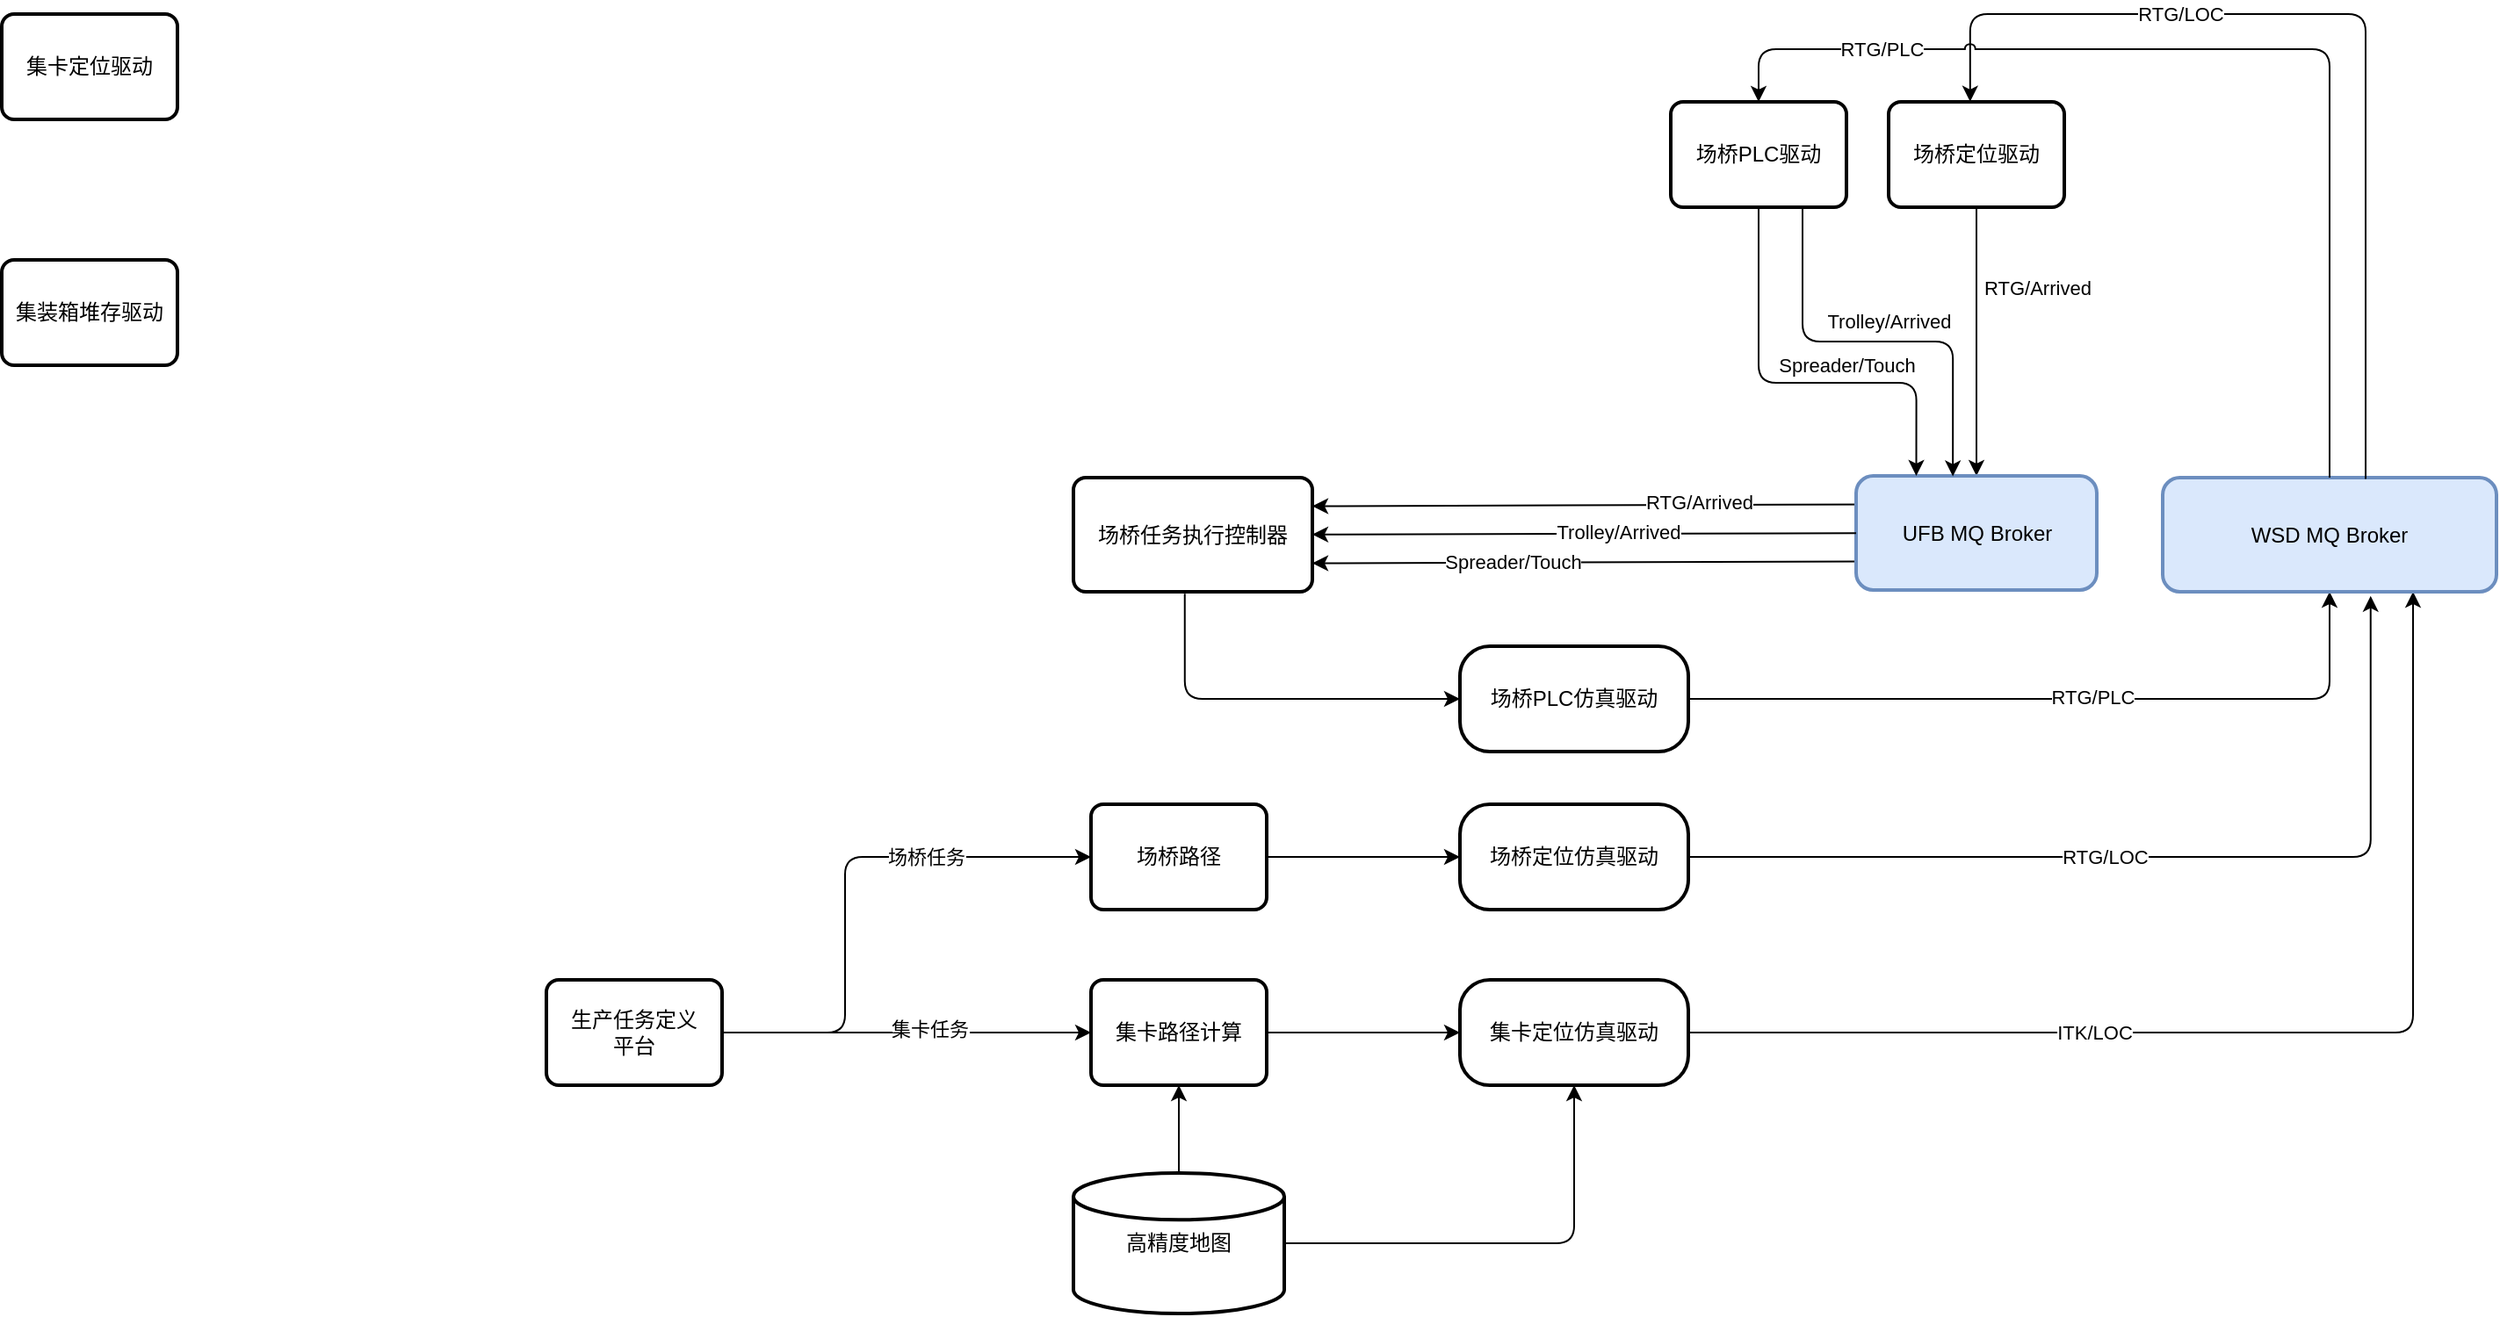
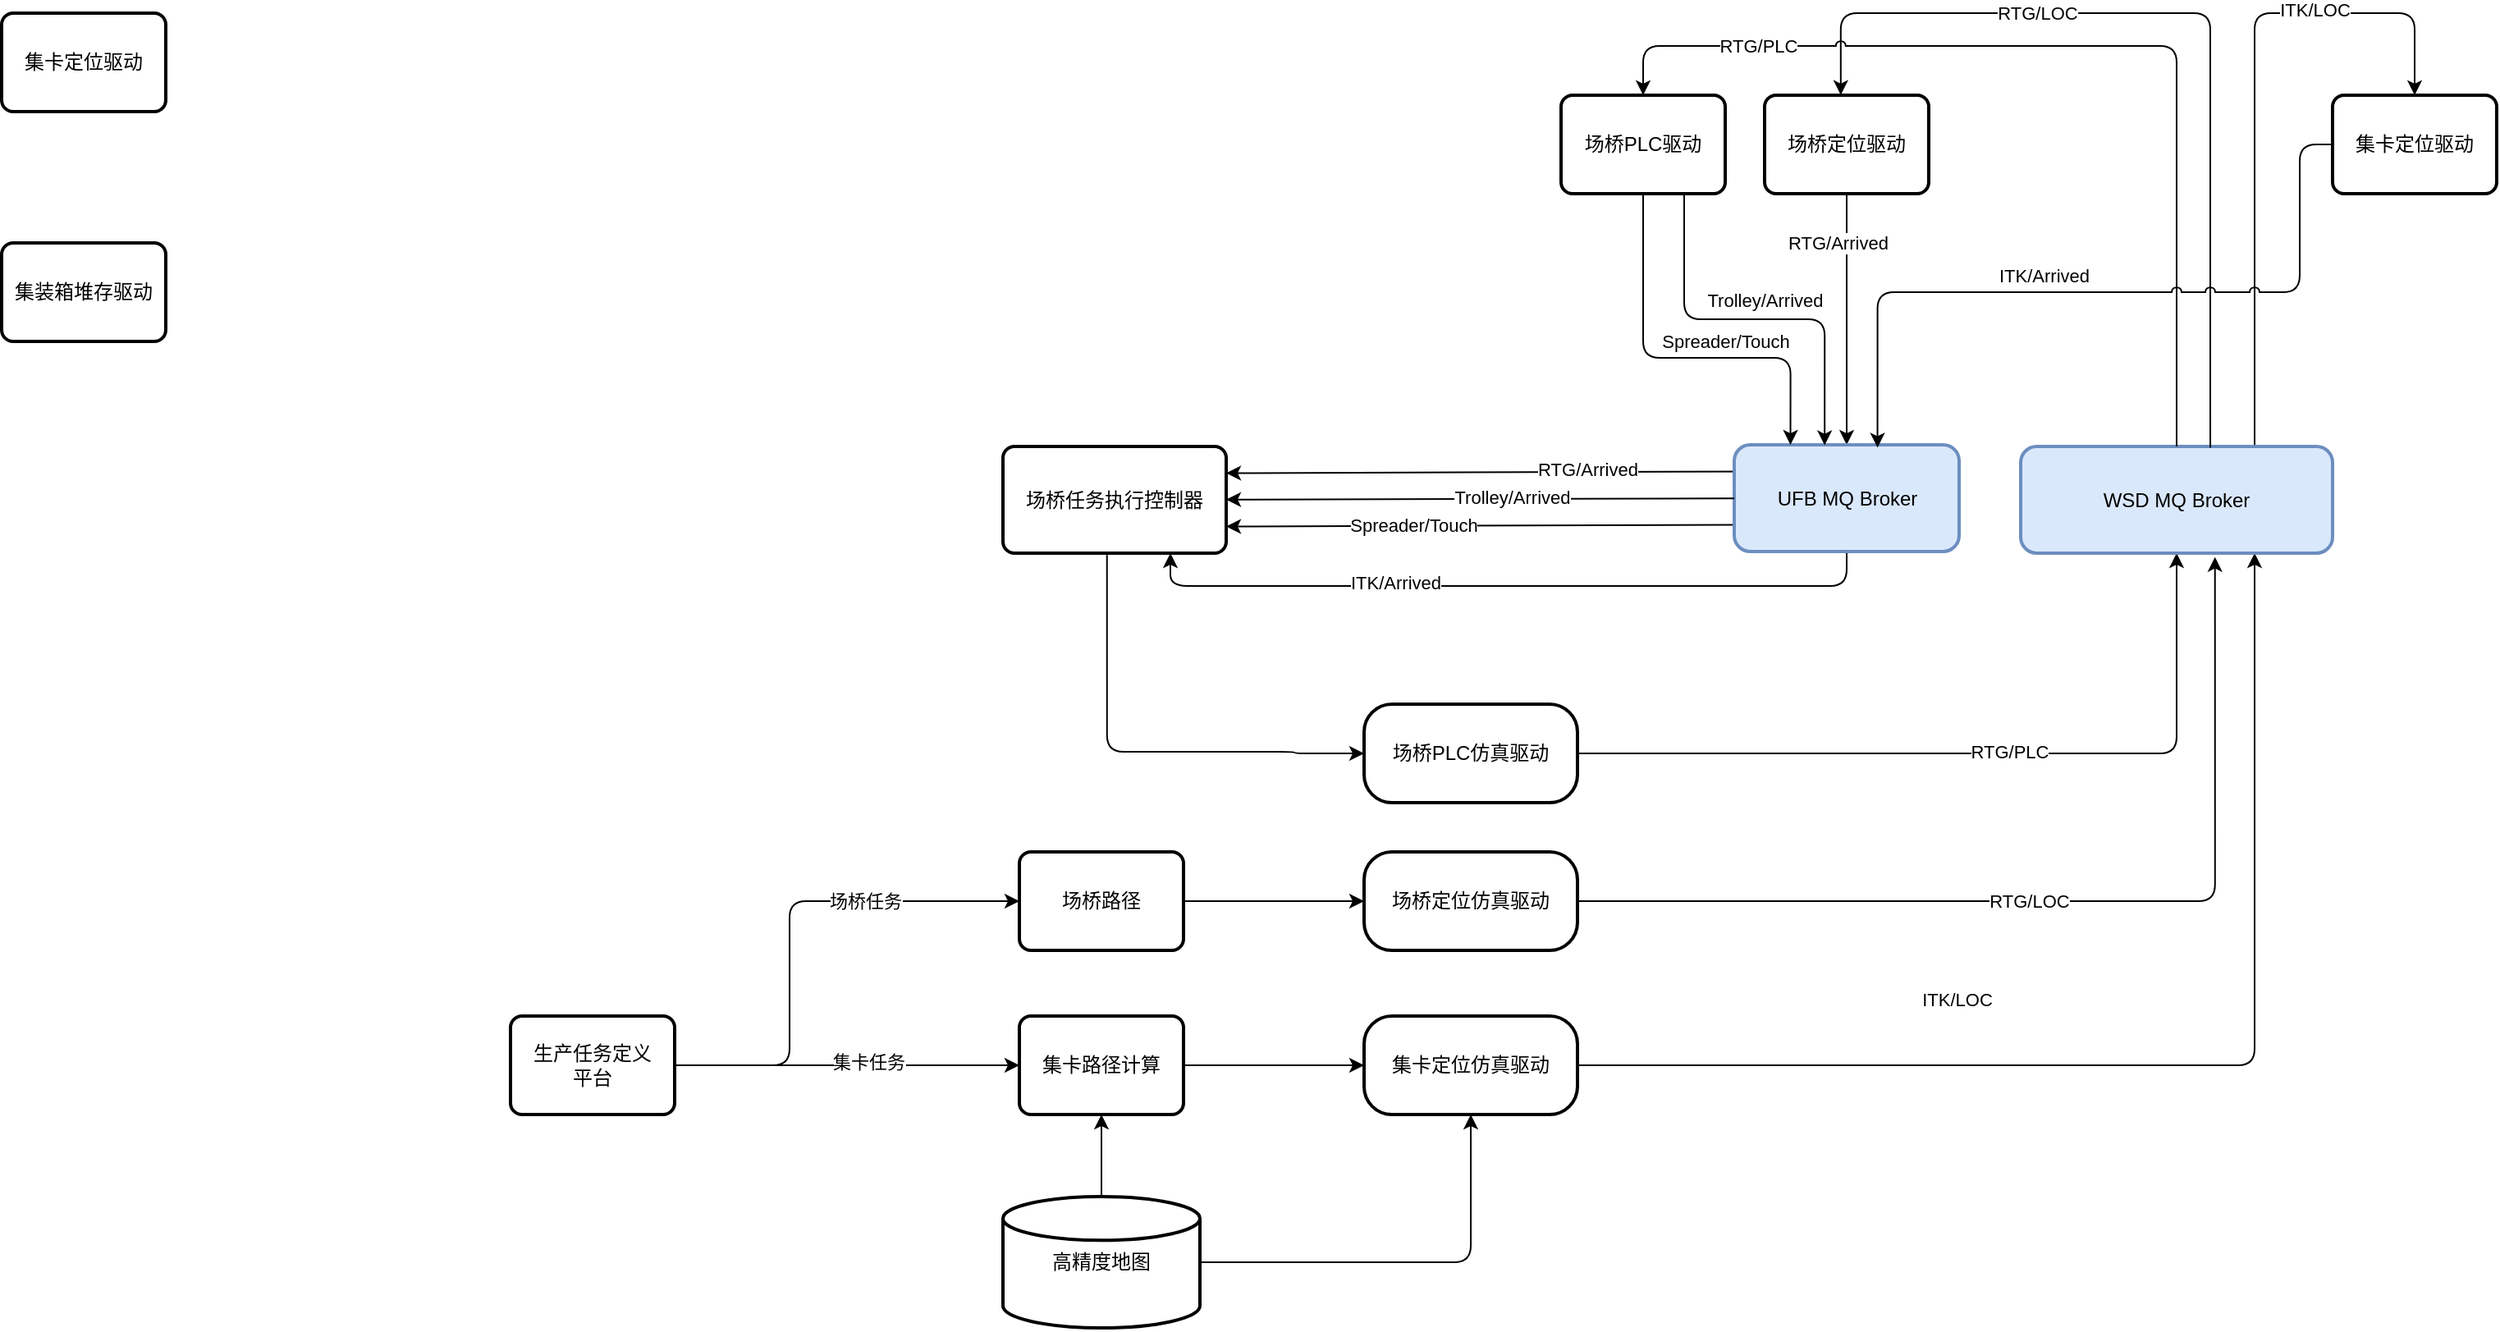
<mxfile host="app.diagrams.net">
  <diagram name="Page-1" id="QhJ_A7A5ahqmxk3ePwj9">
-     <mxGraphModel dx="2499" dy="651" grid="1" gridSize="10" guides="1" tooltips="1" connect="1" arrows="1" fold="1" page="1" pageScale="1" pageWidth="827" pageHeight="1169" math="0" shadow="0">
+     <mxGraphModel dx="2499" dy="666" grid="1" gridSize="10" guides="1" tooltips="1" connect="1" arrows="1" fold="1" page="1" pageScale="1" pageWidth="827" pageHeight="1169" math="0" shadow="0">
      <root>
        <mxCell id="0" />
        <mxCell id="1" parent="0" />
        <mxCell id="wbFv9MDJ_wnUiio-fiau-3" edge="1" parent="1" source="wbFv9MDJ_wnUiio-fiau-1" style="edgeStyle=orthogonalEdgeStyle;rounded=1;orthogonalLoop=1;jettySize=auto;html=1;entryX=0.5;entryY=1;entryDx=0;entryDy=0;curved=0;" target="wbFv9MDJ_wnUiio-fiau-2">
          <mxGeometry relative="1" as="geometry" />
        </mxCell>
        <mxCell id="wbFv9MDJ_wnUiio-fiau-10" edge="1" parent="1" source="wbFv9MDJ_wnUiio-fiau-1" style="edgeStyle=orthogonalEdgeStyle;rounded=0;orthogonalLoop=1;jettySize=auto;html=1;" target="wbFv9MDJ_wnUiio-fiau-9">
          <mxGeometry relative="1" as="geometry" />
        </mxCell>
        <mxCell id="wbFv9MDJ_wnUiio-fiau-1" parent="1" style="strokeWidth=2;html=1;shape=mxgraph.flowchart.database;whiteSpace=wrap;verticalAlign=middle;" value="高精度&lt;span style=&quot;background-color: transparent; color: light-dark(rgb(0, 0, 0), rgb(255, 255, 255));&quot;&gt;地图&lt;/span&gt;" vertex="1">
-           <mxGeometry height="80" width="120" x="450" y="870" as="geometry" />
+           <mxGeometry height="80" width="120" x="450" y="931" as="geometry" />
        </mxCell>
        <mxCell id="wbFv9MDJ_wnUiio-fiau-2" parent="1" style="rounded=1;whiteSpace=wrap;html=1;absoluteArcSize=1;arcSize=34;strokeWidth=2;" value="集卡定位仿真驱动" vertex="1">
-           <mxGeometry height="60" width="130" x="670" y="760" as="geometry" />
-         </mxCell>
-         <mxCell id="wbFv9MDJ_wnUiio-fiau-22" edge="1" parent="1" source="wbFv9MDJ_wnUiio-fiau-4" style="edgeStyle=orthogonalEdgeStyle;rounded=1;orthogonalLoop=1;jettySize=auto;html=1;curved=0;" target="wbFv9MDJ_wnUiio-fiau-43">
+           <mxGeometry height="60" width="130" x="670" y="821" as="geometry" />
+         </mxCell>
+         <mxCell id="wbFv9MDJ_wnUiio-fiau-22" edge="1" parent="1" source="wbFv9MDJ_wnUiio-fiau-4" style="edgeStyle=orthogonalEdgeStyle;rounded=1;orthogonalLoop=1;jettySize=auto;html=1;curved=0;strokeColor=light-dark(#000000,#007FFF);" target="wbFv9MDJ_wnUiio-fiau-43">
          <mxGeometry relative="1" as="geometry">
            <mxPoint x="964" y="470" as="targetPoint" />
          </mxGeometry>
        </mxCell>
        <mxCell id="wbFv9MDJ_wnUiio-fiau-23" connectable="0" parent="wbFv9MDJ_wnUiio-fiau-22" style="edgeLabel;html=1;align=center;verticalAlign=middle;resizable=0;points=[];" value="RTG/Arrived&amp;nbsp;" vertex="1">
          <mxGeometry relative="1" x="0.1115" y="1" as="geometry">
-             <mxPoint x="35" y="-39" as="offset" />
+             <mxPoint x="-5" y="-55" as="offset" />
          </mxGeometry>
        </mxCell>
        <mxCell id="wbFv9MDJ_wnUiio-fiau-4" parent="1" style="rounded=1;whiteSpace=wrap;html=1;absoluteArcSize=1;arcSize=14;strokeWidth=2;strokeColor=light-dark(#000000,#0066CC);" value="场桥定位驱动" vertex="1">
          <mxGeometry height="60" width="100" x="914" y="260" as="geometry" />
        </mxCell>
        <mxCell id="wbFv9MDJ_wnUiio-fiau-5" parent="1" style="rounded=1;whiteSpace=wrap;html=1;absoluteArcSize=1;arcSize=14;strokeWidth=2;" value="集卡定位驱动" vertex="1">
          <mxGeometry height="60" width="100" x="-160" y="210" as="geometry" />
        </mxCell>
        <mxCell id="wbFv9MDJ_wnUiio-fiau-6" parent="1" style="rounded=1;whiteSpace=wrap;html=1;absoluteArcSize=1;arcSize=14;strokeWidth=2;" value="集装箱堆存驱动" vertex="1">
          <mxGeometry height="60" width="100" x="-160" y="350" as="geometry" />
        </mxCell>
        <mxCell id="wbFv9MDJ_wnUiio-fiau-11" edge="1" parent="1" source="wbFv9MDJ_wnUiio-fiau-7" style="edgeStyle=orthogonalEdgeStyle;rounded=0;orthogonalLoop=1;jettySize=auto;html=1;entryX=0;entryY=0.5;entryDx=0;entryDy=0;" target="wbFv9MDJ_wnUiio-fiau-9">
          <mxGeometry relative="1" as="geometry" />
        </mxCell>
        <mxCell id="wbFv9MDJ_wnUiio-fiau-12" connectable="0" parent="wbFv9MDJ_wnUiio-fiau-11" style="edgeLabel;html=1;align=center;verticalAlign=middle;resizable=0;points=[];" value="集卡任务" vertex="1">
          <mxGeometry relative="1" x="0.1222" y="2" as="geometry">
            <mxPoint as="offset" />
          </mxGeometry>
        </mxCell>
        <mxCell id="wbFv9MDJ_wnUiio-fiau-24" edge="1" parent="1" source="wbFv9MDJ_wnUiio-fiau-7" style="edgeStyle=orthogonalEdgeStyle;rounded=1;orthogonalLoop=1;jettySize=auto;html=1;entryX=0;entryY=0.5;entryDx=0;entryDy=0;curved=0;" target="wbFv9MDJ_wnUiio-fiau-8">
          <mxGeometry relative="1" as="geometry">
            <Array as="points">
-               <mxPoint x="320" y="790" />
-               <mxPoint x="320" y="690" />
+               <mxPoint x="320" y="851" />
+               <mxPoint x="320" y="751" />
            </Array>
          </mxGeometry>
        </mxCell>
        <mxCell id="wbFv9MDJ_wnUiio-fiau-25" connectable="0" parent="wbFv9MDJ_wnUiio-fiau-24" style="edgeLabel;html=1;align=center;verticalAlign=middle;resizable=0;points=[];" value="场桥任务" vertex="1">
          <mxGeometry relative="1" x="0.3946" as="geometry">
            <mxPoint as="offset" />
          </mxGeometry>
        </mxCell>
        <mxCell id="wbFv9MDJ_wnUiio-fiau-7" parent="1" style="rounded=1;whiteSpace=wrap;html=1;absoluteArcSize=1;arcSize=14;strokeWidth=2;" value="生产任务定义&lt;div&gt;平台&lt;/div&gt;" vertex="1">
-           <mxGeometry height="60" width="100" x="150" y="760" as="geometry" />
+           <mxGeometry height="60" width="100" x="150" y="821" as="geometry" />
        </mxCell>
        <mxCell id="wbFv9MDJ_wnUiio-fiau-26" edge="1" parent="1" source="wbFv9MDJ_wnUiio-fiau-8" style="edgeStyle=orthogonalEdgeStyle;rounded=0;orthogonalLoop=1;jettySize=auto;html=1;" target="wbFv9MDJ_wnUiio-fiau-17" value="">
          <mxGeometry relative="1" as="geometry" />
        </mxCell>
        <mxCell id="wbFv9MDJ_wnUiio-fiau-8" parent="1" style="rounded=1;whiteSpace=wrap;html=1;absoluteArcSize=1;arcSize=14;strokeWidth=2;" value="场桥路径" vertex="1">
-           <mxGeometry height="60" width="100" x="460" y="660" as="geometry" />
+           <mxGeometry height="60" width="100" x="460" y="721" as="geometry" />
        </mxCell>
        <mxCell id="wbFv9MDJ_wnUiio-fiau-13" edge="1" parent="1" source="wbFv9MDJ_wnUiio-fiau-9" style="edgeStyle=orthogonalEdgeStyle;rounded=0;orthogonalLoop=1;jettySize=auto;html=1;entryX=0;entryY=0.5;entryDx=0;entryDy=0;" target="wbFv9MDJ_wnUiio-fiau-2">
          <mxGeometry relative="1" as="geometry" />
        </mxCell>
        <mxCell id="wbFv9MDJ_wnUiio-fiau-9" parent="1" style="rounded=1;whiteSpace=wrap;html=1;absoluteArcSize=1;arcSize=14;strokeWidth=2;" value="集卡路径计算" vertex="1">
-           <mxGeometry height="60" width="100" x="460" y="760" as="geometry" />
+           <mxGeometry height="60" width="100" x="460" y="821" as="geometry" />
        </mxCell>
        <mxCell id="wbFv9MDJ_wnUiio-fiau-15" edge="1" parent="1" source="wbFv9MDJ_wnUiio-fiau-2" style="edgeStyle=orthogonalEdgeStyle;rounded=1;orthogonalLoop=1;jettySize=auto;html=1;curved=0;entryX=0.75;entryY=1;entryDx=0;entryDy=0;" target="wbFv9MDJ_wnUiio-fiau-35">
          <mxGeometry relative="1" as="geometry">
            <mxPoint x="1145.9720000000007" y="533.6480000000001" as="targetPoint" />
          </mxGeometry>
        </mxCell>
        <mxCell id="wbFv9MDJ_wnUiio-fiau-16" connectable="0" parent="wbFv9MDJ_wnUiio-fiau-15" style="edgeLabel;html=1;align=center;verticalAlign=middle;resizable=0;points=[];" value="ITK/LOC" vertex="1">
          <mxGeometry relative="1" x="0.325" y="5" as="geometry">
            <mxPoint x="-177" y="27" as="offset" />
          </mxGeometry>
        </mxCell>
        <mxCell id="wbFv9MDJ_wnUiio-fiau-17" parent="1" style="rounded=1;whiteSpace=wrap;html=1;absoluteArcSize=1;arcSize=34;strokeWidth=2;" value="场桥定位仿真驱动" vertex="1">
-           <mxGeometry height="60" width="130" x="670" y="660" as="geometry" />
+           <mxGeometry height="60" width="130" x="670" y="721" as="geometry" />
        </mxCell>
        <mxCell id="wbFv9MDJ_wnUiio-fiau-18" edge="1" parent="1" source="wbFv9MDJ_wnUiio-fiau-17" style="edgeStyle=orthogonalEdgeStyle;rounded=1;orthogonalLoop=1;jettySize=auto;html=1;curved=0;entryX=0.623;entryY=1.036;entryDx=0;entryDy=0;entryPerimeter=0;" target="wbFv9MDJ_wnUiio-fiau-35">
          <mxGeometry relative="1" as="geometry">
            <mxPoint x="1144.6800000000003" y="533.988" as="targetPoint" />
          </mxGeometry>
        </mxCell>
        <mxCell id="wbFv9MDJ_wnUiio-fiau-19" connectable="0" parent="wbFv9MDJ_wnUiio-fiau-18" style="edgeLabel;html=1;align=center;verticalAlign=middle;resizable=0;points=[];" value="RTG/LOC" vertex="1">
          <mxGeometry relative="1" x="0.2547" y="1" as="geometry">
            <mxPoint x="-100" y="1" as="offset" />
          </mxGeometry>
        </mxCell>
-         <mxCell id="wbFv9MDJ_wnUiio-fiau-33" edge="1" parent="1" source="wbFv9MDJ_wnUiio-fiau-29" style="edgeStyle=orthogonalEdgeStyle;rounded=1;orthogonalLoop=1;jettySize=auto;html=1;entryX=0;entryY=0.5;entryDx=0;entryDy=0;exitX=0.466;exitY=1.017;exitDx=0;exitDy=0;exitPerimeter=0;curved=0;" target="wbFv9MDJ_wnUiio-fiau-32">
-           <mxGeometry relative="1" as="geometry">
-             <Array as="points">
-               <mxPoint x="513" y="600" />
+         <mxCell id="wbFv9MDJ_wnUiio-fiau-33" edge="1" parent="1" source="wbFv9MDJ_wnUiio-fiau-29" style="rounded=1;orthogonalLoop=1;jettySize=auto;html=1;entryX=0;entryY=0.5;entryDx=0;entryDy=0;exitX=0.466;exitY=1.017;exitDx=0;exitDy=0;exitPerimeter=0;edgeStyle=orthogonalEdgeStyle;" target="wbFv9MDJ_wnUiio-fiau-32">
+           <mxGeometry relative="1" as="geometry">
+             <Array as="points">
+               <mxPoint x="513" y="660" />
+               <mxPoint x="628" y="660" />
            </Array>
          </mxGeometry>
        </mxCell>
        <mxCell id="wbFv9MDJ_wnUiio-fiau-29" parent="1" style="rounded=1;whiteSpace=wrap;html=1;absoluteArcSize=1;arcSize=14;strokeWidth=2;" value="场桥任务执行控制器" vertex="1">
          <mxGeometry height="65" width="136" x="450" y="474" as="geometry" />
        </mxCell>
        <mxCell id="wbFv9MDJ_wnUiio-fiau-32" parent="1" style="rounded=1;whiteSpace=wrap;html=1;absoluteArcSize=1;arcSize=34;strokeWidth=2;" value="场桥PLC仿真驱动" vertex="1">
-           <mxGeometry height="60" width="130" x="670" y="570" as="geometry" />
+           <mxGeometry height="60" width="130" x="670" y="631" as="geometry" />
        </mxCell>
        <mxCell id="wbFv9MDJ_wnUiio-fiau-34" edge="1" parent="1" source="wbFv9MDJ_wnUiio-fiau-32" style="edgeStyle=orthogonalEdgeStyle;rounded=1;orthogonalLoop=1;jettySize=auto;html=1;curved=0;entryX=0.5;entryY=1;entryDx=0;entryDy=0;" target="wbFv9MDJ_wnUiio-fiau-35">
          <mxGeometry relative="1" as="geometry">
            <mxPoint x="1144" y="538" as="targetPoint" />
          </mxGeometry>
        </mxCell>
        <mxCell id="wbFv9MDJ_wnUiio-fiau-36" connectable="0" parent="wbFv9MDJ_wnUiio-fiau-34" style="edgeLabel;html=1;align=center;verticalAlign=middle;resizable=0;points=[];" value="RTG/PLC" vertex="1">
          <mxGeometry relative="1" x="0.0777" y="1" as="geometry">
+             <mxPoint as="offset" />
+           </mxGeometry>
+         </mxCell>
+         <mxCell id="wbFv9MDJ_wnUiio-fiau-55" edge="1" parent="1" source="wbFv9MDJ_wnUiio-fiau-35" style="edgeStyle=orthogonalEdgeStyle;rounded=1;orthogonalLoop=1;jettySize=auto;html=1;exitX=0.75;exitY=0;exitDx=0;exitDy=0;entryX=0.5;entryY=0;entryDx=0;entryDy=0;curved=0;" target="wbFv9MDJ_wnUiio-fiau-54">
+           <mxGeometry relative="1" as="geometry">
+             <Array as="points">
+               <mxPoint x="1212" y="210" />
+               <mxPoint x="1310" y="210" />
+             </Array>
+           </mxGeometry>
+         </mxCell>
+         <mxCell id="wbFv9MDJ_wnUiio-fiau-56" connectable="0" parent="wbFv9MDJ_wnUiio-fiau-55" style="edgeLabel;html=1;align=center;verticalAlign=middle;resizable=0;points=[];" value="ITK/LOC" vertex="1">
+           <mxGeometry relative="1" x="0.4605" y="2" as="geometry">
            <mxPoint as="offset" />
          </mxGeometry>
        </mxCell>
        <mxCell id="wbFv9MDJ_wnUiio-fiau-35" parent="1" style="rounded=1;whiteSpace=wrap;html=1;strokeColor=#6c8ebf;fillStyle=auto;fillColor=#dae8fc;strokeWidth=2;" value="WSD MQ Broker" vertex="1">
          <mxGeometry height="65" width="190" x="1070" y="474" as="geometry" />
        </mxCell>
        <mxCell id="wbFv9MDJ_wnUiio-fiau-37" edge="1" parent="1" source="wbFv9MDJ_wnUiio-fiau-35" style="edgeStyle=orthogonalEdgeStyle;rounded=1;orthogonalLoop=1;jettySize=auto;html=1;entryX=0.464;entryY=-0.002;entryDx=0;entryDy=0;entryPerimeter=0;exitX=0.608;exitY=0.011;exitDx=0;exitDy=0;exitPerimeter=0;curved=0;" target="wbFv9MDJ_wnUiio-fiau-4">
          <mxGeometry relative="1" as="geometry">
            <Array as="points">
              <mxPoint x="1186" y="210" />
              <mxPoint x="960" y="210" />
            </Array>
          </mxGeometry>
        </mxCell>
        <mxCell id="wbFv9MDJ_wnUiio-fiau-38" connectable="0" parent="wbFv9MDJ_wnUiio-fiau-37" style="edgeLabel;html=1;align=center;verticalAlign=middle;resizable=0;points=[];" value="RTG/LOC" vertex="1">
          <mxGeometry relative="1" x="-0.4441" y="2" as="geometry">
            <mxPoint x="-104" y="-115" as="offset" />
          </mxGeometry>
        </mxCell>
        <mxCell id="wbFv9MDJ_wnUiio-fiau-39" edge="1" parent="1" source="wbFv9MDJ_wnUiio-fiau-35" style="edgeStyle=orthogonalEdgeStyle;rounded=1;orthogonalLoop=1;jettySize=auto;html=1;entryX=0.5;entryY=0;entryDx=0;entryDy=0;exitX=0.5;exitY=0;exitDx=0;exitDy=0;curved=0;jumpStyle=arc;" target="wbFv9MDJ_wnUiio-fiau-41">
          <mxGeometry relative="1" as="geometry">
            <Array as="points">
              <mxPoint x="1165" y="230" />
              <mxPoint x="840" y="230" />
            </Array>
          </mxGeometry>
        </mxCell>
        <mxCell id="wbFv9MDJ_wnUiio-fiau-42" connectable="0" parent="wbFv9MDJ_wnUiio-fiau-39" style="edgeLabel;html=1;align=center;verticalAlign=middle;resizable=0;points=[];" value="RTG/PLC" vertex="1">
          <mxGeometry relative="1" x="0.7135" y="-2" as="geometry">
            <mxPoint x="14" y="2" as="offset" />
          </mxGeometry>
        </mxCell>
        <mxCell id="wbFv9MDJ_wnUiio-fiau-41" parent="1" style="rounded=1;whiteSpace=wrap;html=1;absoluteArcSize=1;arcSize=14;strokeWidth=2;strokeColor=light-dark(#000000,#0066CC);" value="场桥PLC驱动" vertex="1">
          <mxGeometry height="60" width="100" x="790" y="260" as="geometry" />
        </mxCell>
-         <mxCell id="wbFv9MDJ_wnUiio-fiau-44" edge="1" parent="1" style="rounded=1;orthogonalLoop=1;jettySize=auto;html=1;entryX=1;entryY=0.25;entryDx=0;entryDy=0;exitX=0;exitY=0.25;exitDx=0;exitDy=0;exitPerimeter=0;" target="wbFv9MDJ_wnUiio-fiau-29">
+         <mxCell id="wbFv9MDJ_wnUiio-fiau-44" edge="1" parent="1" style="rounded=1;orthogonalLoop=1;jettySize=auto;html=1;entryX=1;entryY=0.25;entryDx=0;entryDy=0;exitX=0;exitY=0.25;exitDx=0;exitDy=0;exitPerimeter=0;strokeColor=light-dark(#000000,#007FFF);" target="wbFv9MDJ_wnUiio-fiau-29">
          <mxGeometry relative="1" as="geometry">
            <mxPoint x="909.5" y="489.25" as="sourcePoint" />
            <mxPoint x="600" y="491" as="targetPoint" />
          </mxGeometry>
        </mxCell>
        <mxCell id="wbFv9MDJ_wnUiio-fiau-45" connectable="0" parent="wbFv9MDJ_wnUiio-fiau-44" style="edgeLabel;html=1;align=center;verticalAlign=middle;resizable=0;points=[];" value="RTG/Arrived" vertex="1">
          <mxGeometry relative="1" x="-0.1345" y="-2" as="geometry">
            <mxPoint x="36" as="offset" />
          </mxGeometry>
        </mxCell>
-         <mxCell id="wbFv9MDJ_wnUiio-fiau-52" edge="1" parent="1" source="wbFv9MDJ_wnUiio-fiau-43" style="rounded=0;orthogonalLoop=1;jettySize=auto;html=1;exitX=0;exitY=0.75;exitDx=0;exitDy=0;exitPerimeter=0;entryX=1;entryY=0.75;entryDx=0;entryDy=0;" target="wbFv9MDJ_wnUiio-fiau-29">
+         <mxCell id="wbFv9MDJ_wnUiio-fiau-52" edge="1" parent="1" source="wbFv9MDJ_wnUiio-fiau-43" style="rounded=0;orthogonalLoop=1;jettySize=auto;html=1;exitX=0;exitY=0.75;exitDx=0;exitDy=0;exitPerimeter=0;entryX=1;entryY=0.75;entryDx=0;entryDy=0;strokeColor=light-dark(#000000,#007FFF);" target="wbFv9MDJ_wnUiio-fiau-29">
          <mxGeometry relative="1" as="geometry" />
        </mxCell>
        <mxCell id="wbFv9MDJ_wnUiio-fiau-53" connectable="0" parent="wbFv9MDJ_wnUiio-fiau-52" style="edgeLabel;html=1;align=center;verticalAlign=middle;resizable=0;points=[];" value="Spreader/Touch" vertex="1">
          <mxGeometry relative="1" x="0.3602" y="-4" as="geometry">
            <mxPoint x="15" y="3" as="offset" />
          </mxGeometry>
        </mxCell>
+         <mxCell id="wbFv9MDJ_wnUiio-fiau-60" edge="1" parent="1" source="wbFv9MDJ_wnUiio-fiau-43" style="edgeStyle=orthogonalEdgeStyle;rounded=1;orthogonalLoop=1;jettySize=auto;html=1;entryX=0.75;entryY=1;entryDx=0;entryDy=0;exitX=0.5;exitY=1;exitDx=0;exitDy=0;exitPerimeter=0;strokeColor=light-dark(#000000,#007FFF);curved=0;" target="wbFv9MDJ_wnUiio-fiau-29">
+           <mxGeometry relative="1" as="geometry" />
+         </mxCell>
+         <mxCell id="wbFv9MDJ_wnUiio-fiau-61" connectable="0" parent="wbFv9MDJ_wnUiio-fiau-60" style="edgeLabel;html=1;align=center;verticalAlign=middle;resizable=0;points=[];" value="ITK/Arrived" vertex="1">
+           <mxGeometry relative="1" x="0.1405" y="-5" as="geometry">
+             <mxPoint x="-38" y="3" as="offset" />
+           </mxGeometry>
+         </mxCell>
        <mxCell id="wbFv9MDJ_wnUiio-fiau-43" parent="1" style="rounded=1;whiteSpace=wrap;html=1;strokeColor=#6c8ebf;fillStyle=auto;fillColor=#dae8fc;strokeWidth=2;points=[[0,0,0,0,0],[0,0.25,0,0,0],[0,0.5,0,0,0],[0,0.75,0,0,0],[0,1,0,0,0],[0.25,0,0,0,0],[0.25,1,0,0,0],[0.5,0,0,0,0],[0.5,1,0,0,0],[0.75,0,0,0,0],[0.75,1,0,0,0],[1,0,0,0,0],[1,0.25,0,0,0],[1,0.5,0,0,0],[1,0.75,0,0,0],[1,1,0,0,0]];" value="UFB MQ Broker" vertex="1">
          <mxGeometry height="65" width="137" x="895.5" y="473" as="geometry" />
        </mxCell>
-         <mxCell id="wbFv9MDJ_wnUiio-fiau-46" edge="1" parent="1" source="wbFv9MDJ_wnUiio-fiau-41" style="edgeStyle=orthogonalEdgeStyle;rounded=1;orthogonalLoop=1;jettySize=auto;html=1;entryX=0.402;entryY=0.004;entryDx=0;entryDy=0;exitX=0.75;exitY=1;exitDx=0;exitDy=0;curved=0;entryPerimeter=0;" target="wbFv9MDJ_wnUiio-fiau-43">
+         <mxCell id="wbFv9MDJ_wnUiio-fiau-46" edge="1" parent="1" source="wbFv9MDJ_wnUiio-fiau-41" style="edgeStyle=orthogonalEdgeStyle;rounded=1;orthogonalLoop=1;jettySize=auto;html=1;entryX=0.402;entryY=0.004;entryDx=0;entryDy=0;exitX=0.75;exitY=1;exitDx=0;exitDy=0;curved=0;entryPerimeter=0;strokeColor=light-dark(#000000,#007FFF);" target="wbFv9MDJ_wnUiio-fiau-43">
          <mxGeometry relative="1" as="geometry" />
        </mxCell>
        <mxCell id="wbFv9MDJ_wnUiio-fiau-47" connectable="0" parent="wbFv9MDJ_wnUiio-fiau-46" style="edgeLabel;html=1;align=center;verticalAlign=middle;resizable=0;points=[];" value="Trolley/Arrived" vertex="1">
          <mxGeometry relative="1" x="-0.6854" y="2" as="geometry">
            <mxPoint x="47" y="27" as="offset" />
          </mxGeometry>
        </mxCell>
-         <mxCell id="wbFv9MDJ_wnUiio-fiau-48" edge="1" parent="1" source="wbFv9MDJ_wnUiio-fiau-43" style="rounded=0;orthogonalLoop=1;jettySize=auto;html=1;" target="wbFv9MDJ_wnUiio-fiau-29">
+         <mxCell id="wbFv9MDJ_wnUiio-fiau-48" edge="1" parent="1" source="wbFv9MDJ_wnUiio-fiau-43" style="rounded=0;orthogonalLoop=1;jettySize=auto;html=1;strokeColor=light-dark(#000000,#007FFF);" target="wbFv9MDJ_wnUiio-fiau-29">
          <mxGeometry relative="1" as="geometry" />
        </mxCell>
        <mxCell id="wbFv9MDJ_wnUiio-fiau-49" connectable="0" parent="wbFv9MDJ_wnUiio-fiau-48" style="edgeLabel;html=1;align=center;verticalAlign=middle;resizable=0;points=[];" value="Trolley/Arrived" vertex="1">
          <mxGeometry relative="1" x="-0.2822" y="-2" as="geometry">
            <mxPoint x="-25" y="1" as="offset" />
          </mxGeometry>
        </mxCell>
-         <mxCell id="wbFv9MDJ_wnUiio-fiau-50" edge="1" parent="1" source="wbFv9MDJ_wnUiio-fiau-41" style="edgeStyle=orthogonalEdgeStyle;rounded=1;orthogonalLoop=1;jettySize=auto;html=1;entryX=0.25;entryY=0;entryDx=0;entryDy=0;entryPerimeter=0;exitX=0.5;exitY=1;exitDx=0;exitDy=0;curved=0;" target="wbFv9MDJ_wnUiio-fiau-43">
+         <mxCell id="wbFv9MDJ_wnUiio-fiau-50" edge="1" parent="1" source="wbFv9MDJ_wnUiio-fiau-41" style="edgeStyle=orthogonalEdgeStyle;rounded=1;orthogonalLoop=1;jettySize=auto;html=1;entryX=0.25;entryY=0;entryDx=0;entryDy=0;entryPerimeter=0;exitX=0.5;exitY=1;exitDx=0;exitDy=0;curved=0;strokeColor=light-dark(#000000,#007FFF);" target="wbFv9MDJ_wnUiio-fiau-43">
          <mxGeometry relative="1" as="geometry">
            <Array as="points">
              <mxPoint x="840" y="420" />
              <mxPoint x="930" y="420" />
            </Array>
          </mxGeometry>
        </mxCell>
        <mxCell id="wbFv9MDJ_wnUiio-fiau-51" connectable="0" parent="wbFv9MDJ_wnUiio-fiau-50" style="edgeLabel;html=1;align=center;verticalAlign=middle;resizable=0;points=[];" value="Spreader/Touch" vertex="1">
          <mxGeometry relative="1" x="-0.0408" y="1" as="geometry">
            <mxPoint x="33" y="-9" as="offset" />
+           </mxGeometry>
+         </mxCell>
+         <mxCell id="wbFv9MDJ_wnUiio-fiau-54" parent="1" style="rounded=1;whiteSpace=wrap;html=1;absoluteArcSize=1;arcSize=14;strokeWidth=2;strokeColor=light-dark(#000000,#0066CC);" value="集卡定位驱动" vertex="1">
+           <mxGeometry height="60" width="100" x="1260" y="260" as="geometry" />
+         </mxCell>
+         <mxCell id="wbFv9MDJ_wnUiio-fiau-57" edge="1" parent="1" source="wbFv9MDJ_wnUiio-fiau-54" style="rounded=1;orthogonalLoop=1;jettySize=auto;html=1;jumpStyle=arc;entryX=0.637;entryY=0.026;entryDx=0;entryDy=0;entryPerimeter=0;edgeStyle=orthogonalEdgeStyle;strokeColor=light-dark(#000000,#007FFF);" target="wbFv9MDJ_wnUiio-fiau-43">
+           <mxGeometry relative="1" as="geometry">
+             <Array as="points">
+               <mxPoint x="1240" y="290" />
+               <mxPoint x="1240" y="380" />
+               <mxPoint x="983" y="380" />
+             </Array>
+             <mxPoint x="999" y="470" as="targetPoint" />
+           </mxGeometry>
+         </mxCell>
+         <mxCell id="wbFv9MDJ_wnUiio-fiau-59" connectable="0" parent="wbFv9MDJ_wnUiio-fiau-57" style="edgeLabel;html=1;align=center;verticalAlign=middle;resizable=0;points=[];" value="ITK/Arrived" vertex="1">
+           <mxGeometry relative="1" x="0.1371" as="geometry">
+             <mxPoint x="-4" y="-10" as="offset" />
          </mxGeometry>
        </mxCell>
      </root>
    </mxGraphModel>
  </diagram>
</mxfile>
